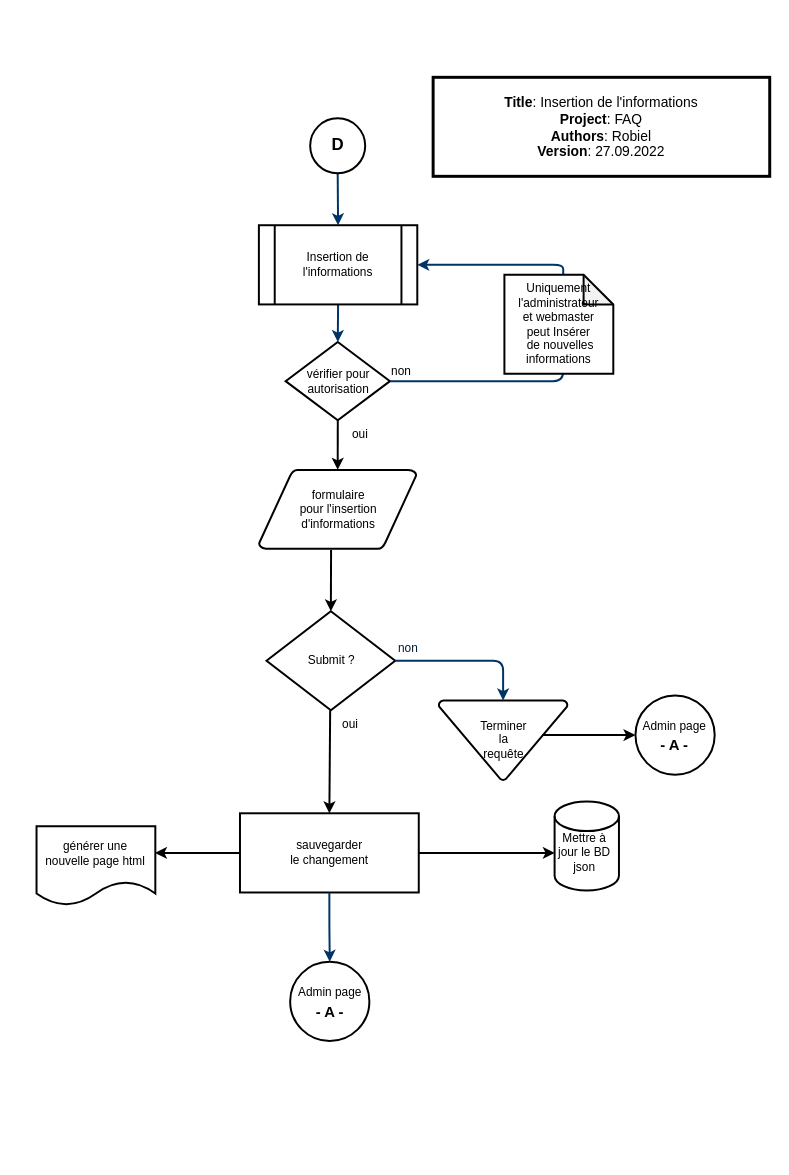
Above: document/Insertion de l'information.drawio in robielTes/go_fvaj_faq (draw.io), before the change. Source tidied: cells renumbered, new cells numbered last; positions are measured from the earlier drawing's top-left corner, leaving out a move shared by most shapes. Both pictures are drawn from the tidied source at 99%, with x=0, y=0 at pixel (36, 77).
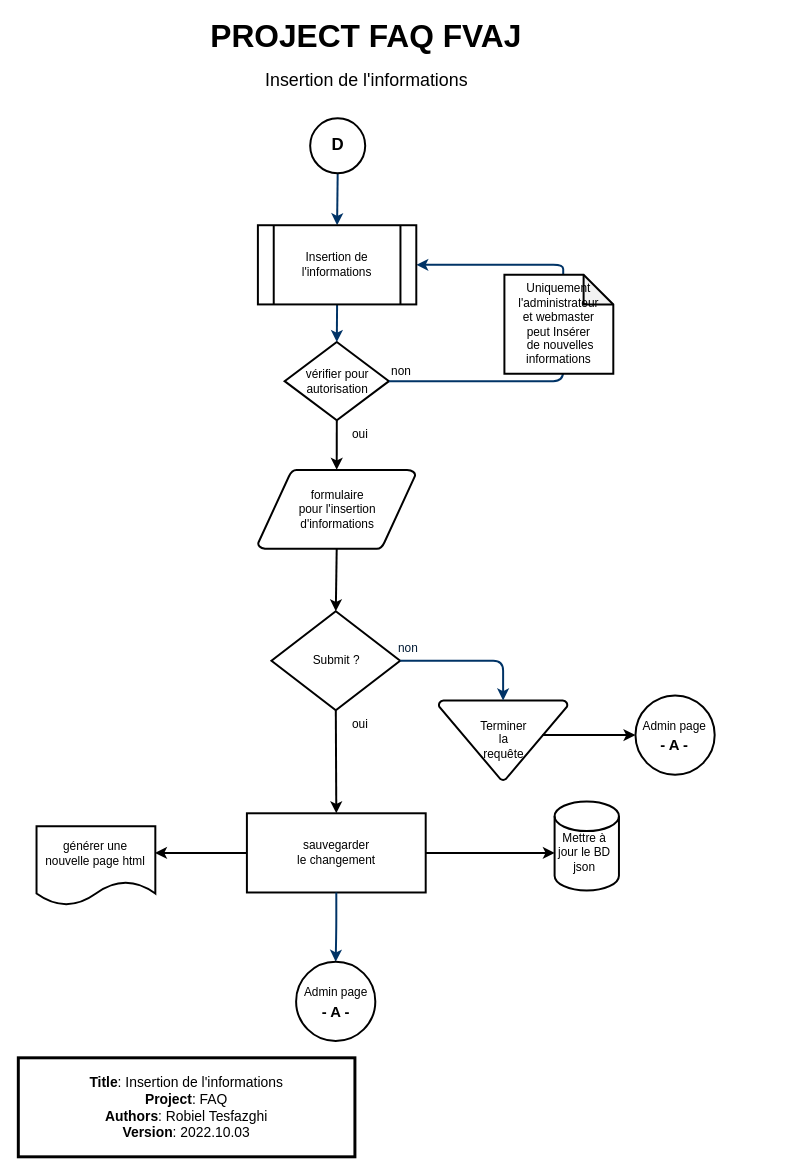
The same page after the edit.

Unchanged cells that the change refers to:
```xml
<mxCell id="9" value="Terminer &lt;br&gt;la &lt;br&gt;requête" style="shape=mxgraph.flowchart.merge_or_storage;strokeWidth=2;gradientColor=none;gradientDirection=north;fontStyle=0;html=1;" parent="1" vertex="1">
  <mxGeometry x="406.7" y="629" width="130" height="80.5" as="geometry" />
</mxCell>
```

What changed in the source:
```diff
@@
     <mxCell id="2" value="&lt;div style=&quot;&quot;&gt;vérifier pour&lt;/div&gt;&lt;div style=&quot;&quot;&gt;autorisation&lt;/div&gt;" style="shape=mxgraph.flowchart.decision;strokeWidth=2;gradientColor=none;gradientDirection=north;fontStyle=0;html=1;" parent="1" vertex="1">
-      <mxGeometry x="252" y="267" width="105.4" height="79" as="geometry" />
+      <mxGeometry x="251" y="267" width="105.4" height="79" as="geometry" />
     </mxCell>
@@
     <mxCell id="5" style="edgeStyle=elbowEdgeStyle;elbow=horizontal;entryX=0.5;entryY=0.91;entryPerimeter=0;exitX=1;exitY=0.5;exitPerimeter=0;fontStyle=1;strokeColor=#003366;strokeWidth=2;html=1;" parent="1" edge="1" source="2">
-      <mxGeometry x="425.4" y="-49.5" as="geometry">
+      <mxGeometry x="426.4" y="-2.5" as="geometry">
         <mxPoint x="537.4" y="272.7" as="targetPoint" />
         <Array as="points">
           <mxPoint x="532.4" y="299" />
         </Array>
       </mxGeometry>
     </mxCell>
@@
     <mxCell id="8" value="Submit ?" style="shape=mxgraph.flowchart.decision;strokeWidth=2;gradientColor=none;gradientDirection=north;fontStyle=0;html=1;" parent="1" vertex="1">
-      <mxGeometry x="232.7" y="539" width="130" height="100" as="geometry" />
+      <mxGeometry x="237.7" y="539" width="130" height="100" as="geometry" />
     </mxCell>
@@
     <mxCell id="10" style="edgeStyle=elbowEdgeStyle;elbow=vertical;exitX=1;exitY=0.5;exitPerimeter=0;entryX=0.5;entryY=0;entryPerimeter=0;fontStyle=1;strokeColor=#003366;strokeWidth=2;html=1;" parent="1" edge="1" source="8" target="9">
-      <mxGeometry x="-216.3" y="-648" as="geometry">
+      <mxGeometry x="-215.3" y="-601" as="geometry">
         <Array as="points">
           <mxPoint x="466.7" y="589" />
         </Array>
       </mxGeometry>
     </mxCell>
@@
     <mxCell id="12" style="edgeStyle=elbowEdgeStyle;elbow=horizontal;exitX=0.5;exitY=0.09;exitPerimeter=0;entryX=1;entryY=0.5;fontStyle=1;strokeColor=#003366;strokeWidth=2;html=1;entryDx=0;entryDy=0;" parent="1" edge="1" target="22">
-      <mxGeometry x="44.4" y="-78" as="geometry">
+      <mxGeometry x="45.4" y="-31" as="geometry">
         <mxPoint x="537.4" y="206.3" as="sourcePoint" />
         <Array as="points">
           <mxPoint x="532.4" y="199" />
         </Array>
       </mxGeometry>
     </mxCell>
     <mxCell id="13" value="oui" style="text;fontStyle=0;html=1;strokeColor=none;gradientColor=none;fillColor=none;strokeWidth=2;align=center;" parent="1" vertex="1">
-      <mxGeometry x="297" y="639" width="40" height="26" as="geometry" />
+      <mxGeometry x="307.4" y="639" width="40" height="26" as="geometry" />
     </mxCell>
@@
     <mxCell id="18" value="formulaire &lt;br&gt;pour&amp;nbsp;l'insertion &lt;br&gt;d'informations" style="shape=mxgraph.flowchart.data;strokeWidth=2;gradientColor=none;gradientDirection=north;fontStyle=0;html=1;" parent="1" vertex="1">
-      <mxGeometry x="225.1" y="396" width="159" height="80" as="geometry" />
+      <mxGeometry x="224.1" y="396" width="159" height="80" as="geometry" />
     </mxCell>
@@
     <mxCell id="21" value="&lt;span style=&quot;&quot;&gt;sauvegarder&lt;/span&gt;&lt;br style=&quot;&quot;&gt;&lt;span style=&quot;&quot;&gt;le changement&lt;/span&gt;" style="rounded=0;whiteSpace=wrap;html=1;strokeWidth=2;" parent="1" vertex="1">
-      <mxGeometry x="205.9" y="743" width="180.6" height="80" as="geometry" />
+      <mxGeometry x="212.9" y="743" width="180.6" height="80" as="geometry" />
     </mxCell>
     <mxCell id="22" value="Insertion de l'&lt;span style=&quot;background-color: initial;&quot;&gt;informations&lt;/span&gt;" style="shape=process;whiteSpace=wrap;html=1;backgroundOutline=1;strokeWidth=2;" parent="1" vertex="1">
-      <mxGeometry x="225" y="149" width="160" height="80" as="geometry" />
+      <mxGeometry x="224" y="149" width="160" height="80" as="geometry" />
     </mxCell>
@@
     <mxCell id="24" style="edgeStyle=elbowEdgeStyle;elbow=vertical;fontStyle=1;strokeColor=#003366;strokeWidth=2;html=1;entryX=0.5;entryY=0;entryDx=0;entryDy=0;exitX=0.5;exitY=1;exitDx=0;exitDy=0;" parent="1" edge="1" source="21" target="26">
-      <mxGeometry x="34.9" y="-982" as="geometry" />
+      <mxGeometry x="35.9" y="-935" as="geometry" />
     </mxCell>
@@
     <mxCell id="26" value="&lt;span style=&quot;font-size: 12px;&quot;&gt;Admin page&lt;/span&gt;&lt;br style=&quot;font-size: 12px;&quot;&gt;&lt;b style=&quot;font-size: 12px;&quot;&gt;&lt;font style=&quot;font-size: 15px;&quot;&gt;- A -&lt;/font&gt;&lt;/b&gt;" style="ellipse;whiteSpace=wrap;html=1;strokeWidth=2;fontSize=17;" parent="1" vertex="1">
-      <mxGeometry x="256.6" y="893" width="80" height="80" as="geometry" />
+      <mxGeometry x="262.6" y="893" width="80" height="80" as="geometry" />
     </mxCell>
@@
-    <mxCell id="29" style="endArrow=classic;html=1;rounded=0;strokeWidth=2;entryX=0.5;entryY=0;entryDx=0;entryDy=0;entryPerimeter=0;exitX=0.458;exitY=1.013;exitDx=0;exitDy=0;exitPerimeter=0;" parent="1" edge="1" source="18" target="8">
+    <mxCell id="29" style="endArrow=classic;html=1;rounded=0;strokeWidth=2;entryX=0.5;entryY=0;entryDx=0;entryDy=0;entryPerimeter=0;exitX=0.5;exitY=1;exitDx=0;exitDy=0;exitPerimeter=0;" parent="1" edge="1" source="18" target="8">
       <mxGeometry relative="1" as="geometry" />
     </mxCell>
-    <mxCell id="30" style="endArrow=classic;html=1;rounded=0;strokeWidth=2;exitX=0;exitY=0;exitDx=0;exitDy=0;entryX=0.5;entryY=0;entryDx=0;entryDy=0;" parent="1" edge="1" source="13" target="21">
+    <mxCell id="30" style="endArrow=classic;html=1;rounded=0;strokeWidth=2;entryX=0.5;entryY=0;entryDx=0;entryDy=0;exitX=0.5;exitY=1;exitDx=0;exitDy=0;exitPerimeter=0;" parent="1" edge="1" source="8" target="21">
       <mxGeometry relative="1" as="geometry" />
     </mxCell>
-    <mxCell id="31" value="&lt;font style=&quot;font-size: 14px;&quot;&gt;&lt;b&gt;Title&lt;/b&gt;:&amp;nbsp;&lt;span style=&quot;&quot;&gt;Insertion de l'&lt;/span&gt;&lt;span style=&quot;background-color: initial;&quot;&gt;informations&lt;/span&gt;&lt;br&gt;&lt;b&gt;Project&lt;/b&gt;: FAQ&lt;br&gt;&lt;b&gt;Authors&lt;/b&gt;: Robiel&lt;br&gt;&lt;b&gt;Version&lt;/b&gt;: 27.09.2022&lt;/font&gt;" style="rounded=0;whiteSpace=wrap;html=1;strokeWidth=3;" parent="1" vertex="1">
-      <mxGeometry x="401" y="-0.4" width="340" height="100" as="geometry" />
+    <mxCell id="31" value="&lt;font style=&quot;font-size: 14px;&quot;&gt;&lt;b&gt;Title&lt;/b&gt;:&amp;nbsp;&lt;span style=&quot;&quot;&gt;Insertion de l'&lt;/span&gt;&lt;span style=&quot;background-color: initial;&quot;&gt;informations&lt;/span&gt;&lt;br&gt;&lt;b&gt;Project&lt;/b&gt;: FAQ&lt;/font&gt;&lt;br style=&quot;font-size: 14px;&quot;&gt;&lt;b style=&quot;font-size: 14px;&quot;&gt;Authors&lt;/b&gt;&lt;span style=&quot;font-size: 14px;&quot;&gt;: Robiel Tesfazghi&lt;/span&gt;&lt;br style=&quot;font-size: 14px;&quot;&gt;&lt;b style=&quot;font-size: 14px;&quot;&gt;Version&lt;/b&gt;&lt;span style=&quot;font-size: 14px;&quot;&gt;: 2022.10.03&lt;/span&gt;" style="rounded=0;whiteSpace=wrap;html=1;strokeWidth=3;" parent="1" vertex="1">
+      <mxGeometry x="-18" y="990" width="340" height="100" as="geometry" />
     </mxCell>
+    <mxCell id="32" value="&lt;b&gt;&lt;font style=&quot;font-size: 32px;&quot;&gt;PROJECT FAQ FVAJ&lt;/font&gt;&lt;/b&gt;" style="text;html=1;strokeColor=none;fillColor=none;align=center;verticalAlign=middle;whiteSpace=wrap;rounded=0;fontSize=24;" parent="1" vertex="1">
+      <mxGeometry x="155.9" y="-57" width="355.2" height="30" as="geometry" />
+    </mxCell>
+    <mxCell id="33" value="&lt;font style=&quot;font-size: 18px;&quot;&gt;Insertion de l'&lt;span style=&quot;background-color: initial;&quot;&gt;informations&lt;/span&gt;&lt;/font&gt;" style="text;html=1;strokeColor=none;fillColor=none;align=center;verticalAlign=middle;whiteSpace=wrap;rounded=0;fontSize=24;" parent="1" vertex="1">
+      <mxGeometry x="193.5" y="-14" width="280" height="30" as="geometry" />
+    </mxCell>
```
